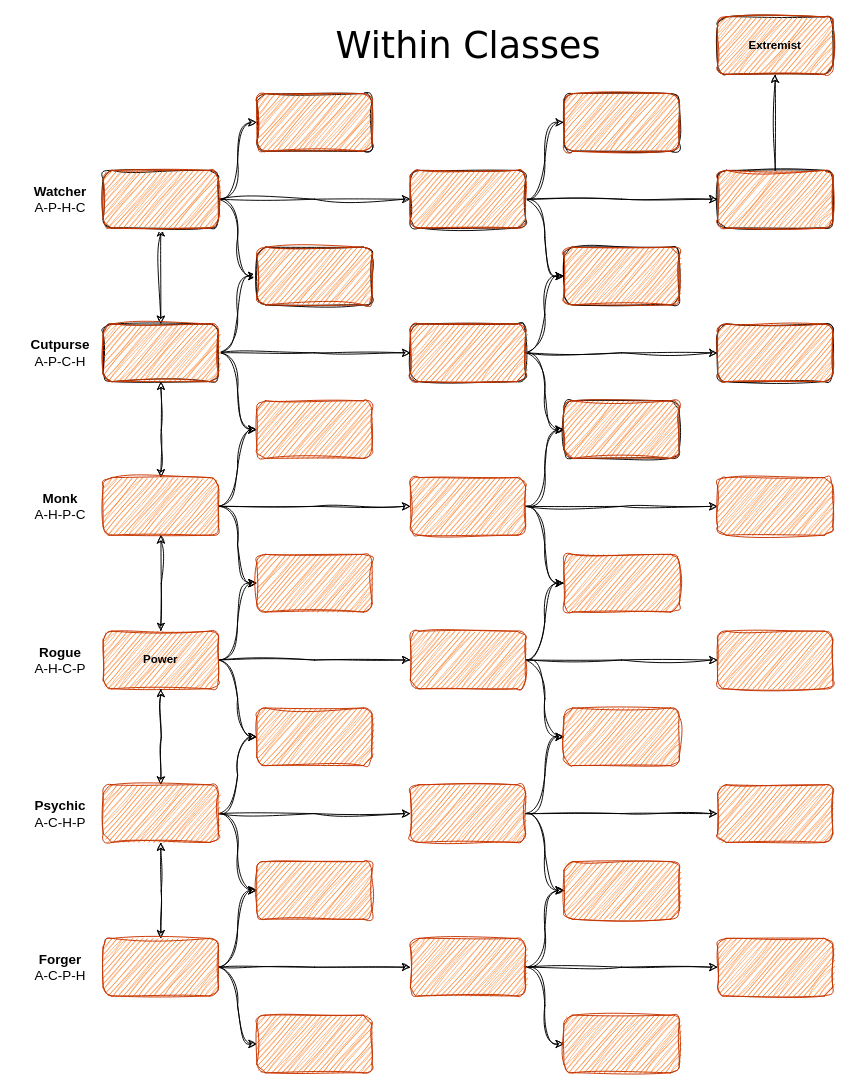
Above: handbook/class_trees/within_classes_diagram.drawio in njs992/nialls_adventure_game (draw.io), before the change. Source tidied: cells renumbered, new cells numbered last; positions are measured from the earlier drawing's top-left corner, leaving out a move shared by most shapes. Both pictures are drawn from the tidied source at 96%, with x=0, y=0 at pixel (21, 16).
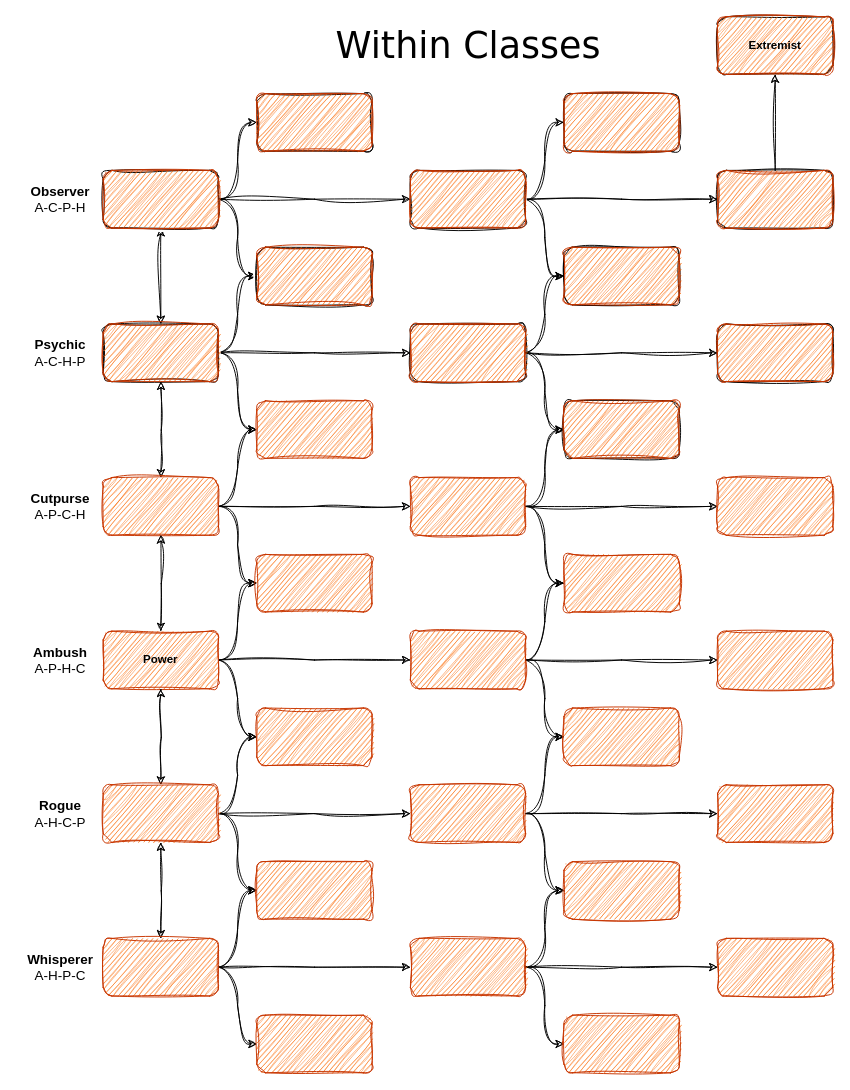
Above is the later version.

What changed in the source:
```diff
@@
-    <mxCell id="90" value="Watcher&lt;div&gt;&lt;span style=&quot;font-weight: normal;&quot;&gt;A-P-H-C&lt;/span&gt;&lt;/div&gt;" style="text;html=1;align=center;verticalAlign=middle;strokeColor=none;fillColor=none;fontFamily=Helvetica;fontSize=14;fontStyle=1;" parent="1" vertex="1">
-      <mxGeometry y="165" width="80" height="50" as="geometry" />
+    <mxCell id="90" value="&lt;div&gt;Ambush&lt;/div&gt;&lt;div&gt;&lt;span style=&quot;font-weight: normal;&quot;&gt;A-P-H-C&lt;/span&gt;&lt;/div&gt;" style="text;html=1;align=center;verticalAlign=middle;strokeColor=none;fillColor=none;fontFamily=Helvetica;fontSize=14;fontStyle=1;" parent="1" vertex="1">
+      <mxGeometry y="645" width="80" height="50" as="geometry" />
     </mxCell>
     <mxCell id="91" value="Cutpurse&lt;div&gt;&lt;span style=&quot;font-weight: normal;&quot;&gt;A-P-C-H&lt;/span&gt;&lt;/div&gt;" style="text;html=1;align=center;verticalAlign=middle;strokeColor=none;fillColor=none;fontFamily=Helvetica;fontSize=14;fontStyle=1;" parent="1" vertex="1">
-      <mxGeometry y="325" width="80" height="50" as="geometry" />
+      <mxGeometry y="485" width="80" height="50" as="geometry" />
     </mxCell>
-    <mxCell id="92" value="Monk&lt;div&gt;&lt;span style=&quot;font-weight: normal;&quot;&gt;A-H-P-C&lt;/span&gt;&lt;/div&gt;" style="text;html=1;align=center;verticalAlign=middle;strokeColor=none;fillColor=none;fontFamily=Helvetica;fontSize=14;fontStyle=1;" parent="1" vertex="1">
-      <mxGeometry y="485" width="80" height="50" as="geometry" />
+    <mxCell id="92" value="Whisperer&lt;br&gt;&lt;div&gt;&lt;span style=&quot;font-weight: normal;&quot;&gt;A-H-P-C&lt;/span&gt;&lt;/div&gt;" style="text;html=1;align=center;verticalAlign=middle;strokeColor=none;fillColor=none;fontFamily=Helvetica;fontSize=14;fontStyle=1;" parent="1" vertex="1">
+      <mxGeometry x="-5" y="965" width="90" height="50" as="geometry" />
     </mxCell>
     <mxCell id="93" value="Rogue&lt;div&gt;&lt;span style=&quot;font-weight: normal;&quot;&gt;A-H-C-P&lt;/span&gt;&lt;/div&gt;" style="text;html=1;align=center;verticalAlign=middle;strokeColor=none;fillColor=none;fontFamily=Helvetica;fontSize=14;fontStyle=1;" parent="1" vertex="1">
-      <mxGeometry y="645" width="80" height="50" as="geometry" />
+      <mxGeometry y="805" width="80" height="50" as="geometry" />
     </mxCell>
     <mxCell id="94" value="Psychic&lt;div&gt;&lt;span style=&quot;font-weight: normal;&quot;&gt;A-C-H-P&lt;/span&gt;&lt;/div&gt;" style="text;html=1;align=center;verticalAlign=middle;strokeColor=none;fillColor=none;fontFamily=Helvetica;fontSize=14;fontStyle=1;" parent="1" vertex="1">
-      <mxGeometry y="805" width="80" height="50" as="geometry" />
+      <mxGeometry y="325" width="80" height="50" as="geometry" />
     </mxCell>
-    <mxCell id="95" value="Forger&lt;div&gt;&lt;span style=&quot;font-weight: normal;&quot;&gt;A-C-P-H&lt;/span&gt;&lt;/div&gt;" style="text;html=1;align=center;verticalAlign=middle;strokeColor=none;fillColor=none;fontFamily=Helvetica;fontSize=14;fontStyle=1;" parent="1" vertex="1">
-      <mxGeometry y="965" width="80" height="50" as="geometry" />
+    <mxCell id="95" value="&lt;div&gt;Observer&lt;/div&gt;&lt;div&gt;&lt;span style=&quot;font-weight: normal;&quot;&gt;A-C-P-H&lt;/span&gt;&lt;/div&gt;" style="text;html=1;align=center;verticalAlign=middle;strokeColor=none;fillColor=none;fontFamily=Helvetica;fontSize=14;fontStyle=1;" parent="1" vertex="1">
+      <mxGeometry y="165" width="80" height="50" as="geometry" />
     </mxCell>
```
